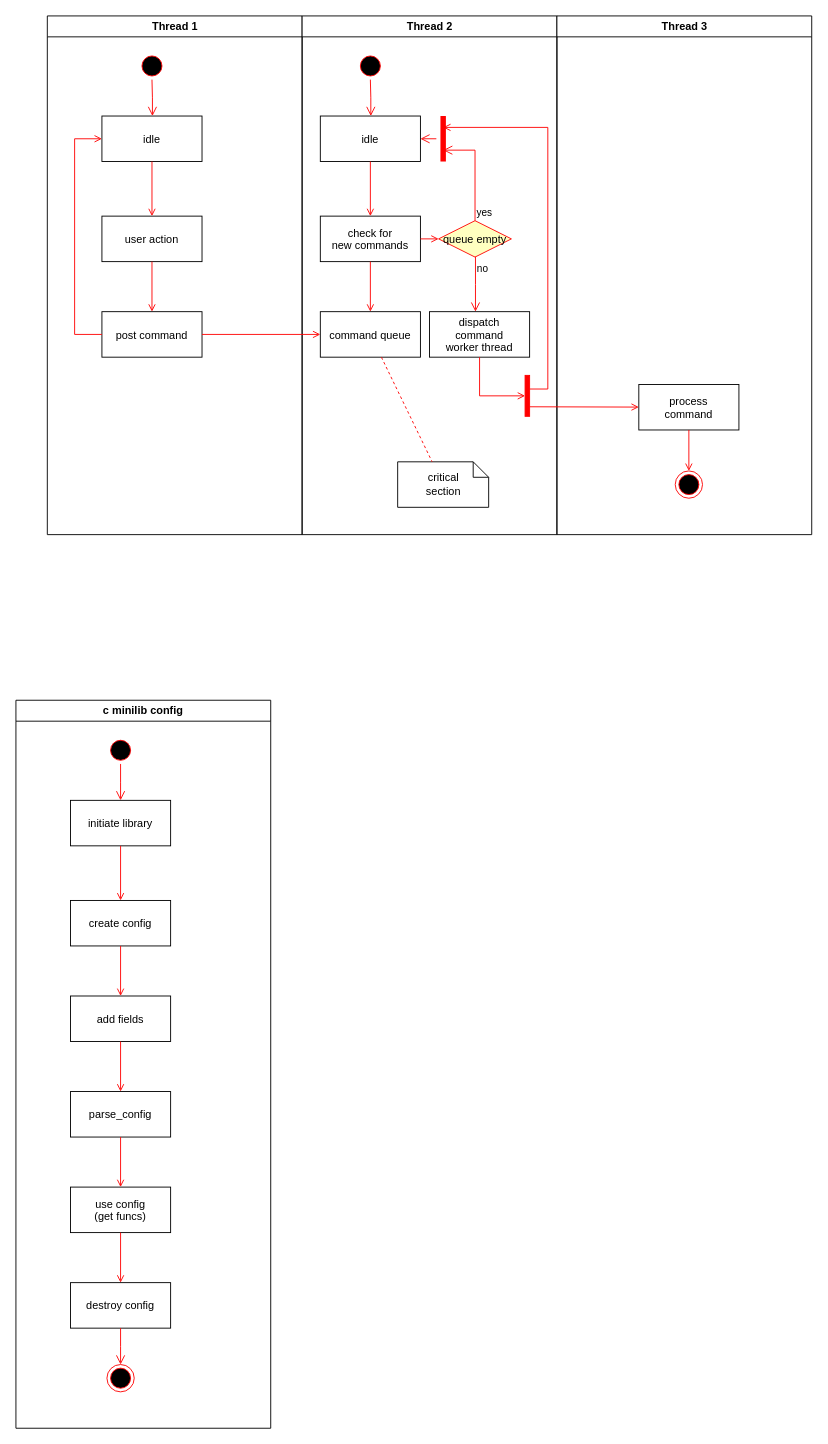
Above: page "Flow" (2 of 2) of docs/architecture.drawio in KubaTaba1uga/c_minilib_config (draw.io), before the change. Source tidied: cells renumbered, new cells numbered last; positions are measured from the earlier drawing's top-left corner, leaving out a move shared by most shapes. Both pictures are drawn from the tidied source at 91%, with x=0, y=0 at pixel (15, 15).
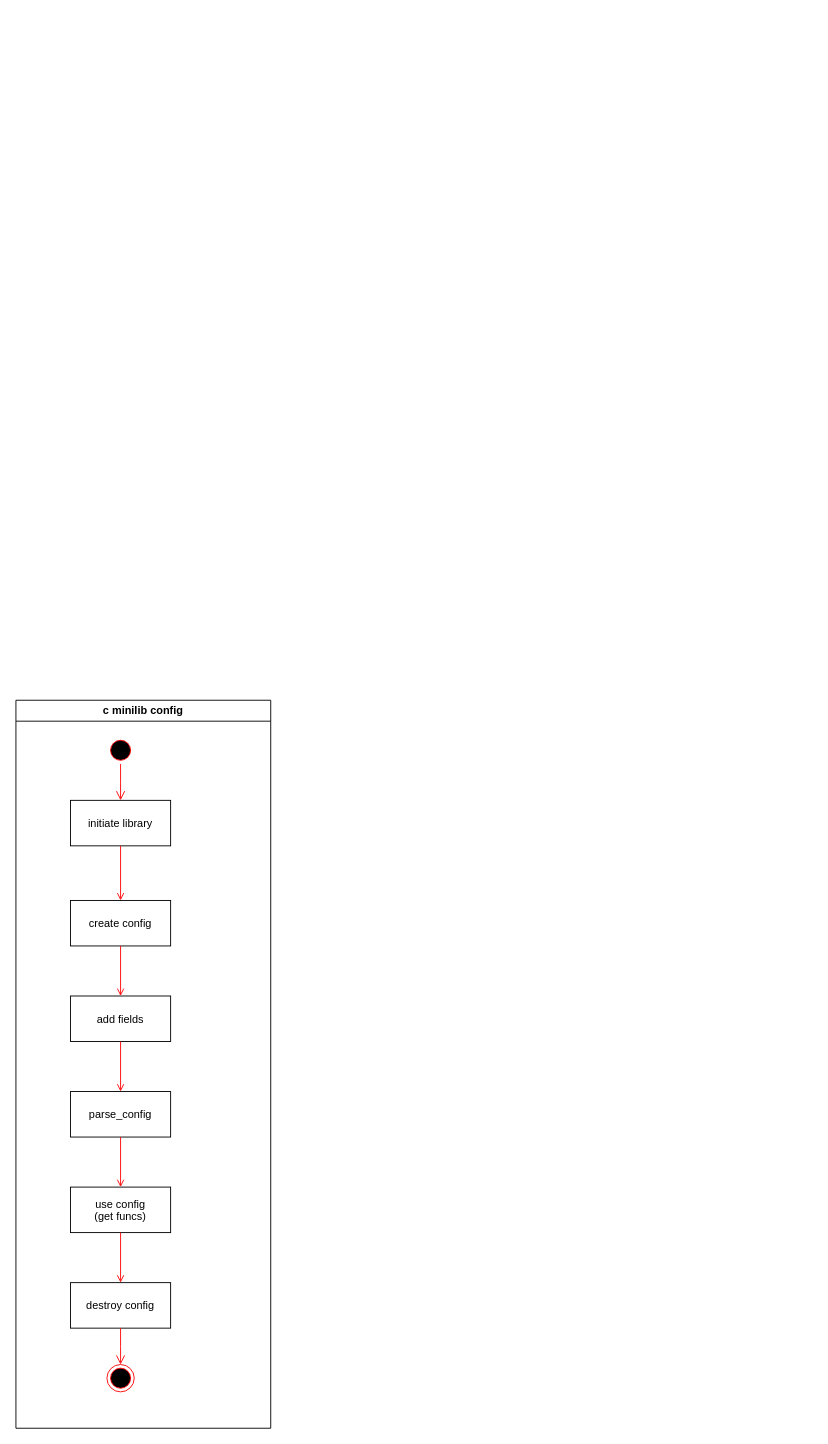
Above is the later version.

Commit message:
save changes before redesign

The edit, as a diff of the source:
```diff
@@
-    <mxCell id="2" value="Thread 1" style="swimlane;whiteSpace=wrap;" parent="1" vertex="1">
-      <mxGeometry x="34.5" width="280" height="570" as="geometry" />
-    </mxCell>
-    <mxCell id="3" style="ellipse;shape=startState;fillColor=#000000;strokeColor=#ff0000;" parent="2" vertex="1">
-      <mxGeometry x="100" y="40" width="30" height="30" as="geometry" />
-    </mxCell>
-    <mxCell id="4" style="edgeStyle=elbowEdgeStyle;elbow=horizontal;verticalAlign=bottom;endArrow=open;endSize=8;strokeColor=#FF0000;endFill=1;rounded=0;" parent="2" edge="1" source="3" target="5">
-      <mxGeometry x="100" y="40" as="geometry" />
-    </mxCell>
-    <mxCell id="5" value="idle" parent="2" vertex="1">
-      <mxGeometry x="60" y="110" width="110" height="50" as="geometry" />
-    </mxCell>
-    <mxCell id="6" value="user action" parent="2" vertex="1">
-      <mxGeometry x="60" y="220" width="110" height="50" as="geometry" />
-    </mxCell>
-    <mxCell id="7" style="endArrow=open;strokeColor=#FF0000;endFill=1;rounded=0;" parent="2" edge="1" source="5" target="6">
-      <mxGeometry relative="1" as="geometry" />
-    </mxCell>
-    <mxCell id="8" value="post command" parent="2" vertex="1">
-      <mxGeometry x="60" y="325" width="110" height="50" as="geometry" />
-    </mxCell>
-    <mxCell id="9" style="endArrow=open;strokeColor=#FF0000;endFill=1;rounded=0;" parent="2" edge="1" source="6" target="8">
-      <mxGeometry relative="1" as="geometry" />
-    </mxCell>
-    <mxCell id="10" style="edgeStyle=elbowEdgeStyle;elbow=horizontal;strokeColor=#FF0000;endArrow=open;endFill=1;rounded=0;" parent="2" edge="1" source="8" target="5">
-      <mxGeometry relative="1" as="geometry">
-        <Array as="points">
-          <mxPoint x="30" y="250" />
-        </Array>
-      </mxGeometry>
-    </mxCell>
-    <mxCell id="11" value="Thread 2" style="swimlane;whiteSpace=wrap;" parent="1" vertex="1">
-      <mxGeometry x="314.5" width="280" height="570" as="geometry" />
-    </mxCell>
-    <mxCell id="12" style="ellipse;shape=startState;fillColor=#000000;strokeColor=#ff0000;" parent="11" vertex="1">
-      <mxGeometry x="60" y="40" width="30" height="30" as="geometry" />
-    </mxCell>
-    <mxCell id="13" style="edgeStyle=elbowEdgeStyle;elbow=horizontal;verticalAlign=bottom;endArrow=open;endSize=8;strokeColor=#FF0000;endFill=1;rounded=0;" parent="11" edge="1" source="12" target="14">
-      <mxGeometry x="40" y="20" as="geometry" />
-    </mxCell>
-    <mxCell id="14" value="idle" parent="11" vertex="1">
-      <mxGeometry x="20" y="110" width="110" height="50" as="geometry" />
-    </mxCell>
-    <mxCell id="15" value="check for &#10;new commands" parent="11" vertex="1">
-      <mxGeometry x="20" y="220" width="110" height="50" as="geometry" />
-    </mxCell>
-    <mxCell id="16" style="endArrow=open;strokeColor=#FF0000;endFill=1;rounded=0;" parent="11" edge="1" source="14" target="15">
-      <mxGeometry relative="1" as="geometry" />
-    </mxCell>
-    <mxCell id="17" value="command queue" parent="11" vertex="1">
-      <mxGeometry x="20" y="325" width="110" height="50" as="geometry" />
-    </mxCell>
-    <mxCell id="18" style="endArrow=open;strokeColor=#FF0000;endFill=1;rounded=0;" parent="11" edge="1" source="15" target="17">
-      <mxGeometry relative="1" as="geometry" />
-    </mxCell>
-    <mxCell id="19" value="queue empty" style="rhombus;fillColor=#ffffc0;strokeColor=#ff0000;" parent="11" vertex="1">
-      <mxGeometry x="150" y="225" width="80" height="40" as="geometry" />
-    </mxCell>
-    <mxCell id="20" value="yes" style="edgeStyle=elbowEdgeStyle;elbow=horizontal;align=left;verticalAlign=bottom;endArrow=open;endSize=8;strokeColor=#FF0000;exitX=0.5;exitY=0;endFill=1;rounded=0;entryX=0.75;entryY=0.5;entryPerimeter=0;" parent="11" edge="1" source="19" target="23">
-      <mxGeometry x="-1" relative="1" as="geometry">
-        <Array as="points">
-          <mxPoint x="190" y="180" />
-        </Array>
-      </mxGeometry>
-    </mxCell>
-    <mxCell id="21" value="no" style="edgeStyle=elbowEdgeStyle;elbow=horizontal;align=left;verticalAlign=top;endArrow=open;endSize=8;strokeColor=#FF0000;endFill=1;rounded=0;" parent="11" edge="1" source="19" target="25">
-      <mxGeometry x="-1" relative="1" as="geometry" />
-    </mxCell>
-    <mxCell id="22" style="endArrow=open;strokeColor=#FF0000;endFill=1;rounded=0;" parent="11" edge="1" source="15" target="19">
-      <mxGeometry relative="1" as="geometry" />
-    </mxCell>
-    <mxCell id="23" style="shape=line;strokeWidth=6;strokeColor=#ff0000;rotation=90;" parent="11" vertex="1">
-      <mxGeometry x="130" y="127.5" width="50" height="15" as="geometry" />
-    </mxCell>
-    <mxCell id="24" style="edgeStyle=elbowEdgeStyle;elbow=horizontal;verticalAlign=bottom;endArrow=open;endSize=8;strokeColor=#FF0000;endFill=1;rounded=0;" parent="11" edge="1" source="23" target="14">
-      <mxGeometry x="130" y="90" as="geometry" />
-    </mxCell>
-    <mxCell id="25" value="dispatch&#10;command&#10;worker thread" parent="11" vertex="1">
-      <mxGeometry x="140" y="325" width="110" height="50" as="geometry" />
-    </mxCell>
-    <mxCell id="26" value="critical&#10;section" style="shape=note;whiteSpace=wrap;size=17;" parent="11" vertex="1">
-      <mxGeometry x="105" y="490" width="100" height="50" as="geometry" />
-    </mxCell>
-    <mxCell id="27" style="endArrow=none;strokeColor=#FF0000;endFill=0;rounded=0;dashed=1;" parent="11" edge="1" source="17" target="26">
-      <mxGeometry relative="1" as="geometry" />
-    </mxCell>
-    <mxCell id="28" style="whiteSpace=wrap;strokeColor=#FF0000;fillColor=#FF0000;" parent="11" vertex="1">
-      <mxGeometry x="245" y="395" width="5" height="45" as="geometry" />
-    </mxCell>
-    <mxCell id="29" style="edgeStyle=elbowEdgeStyle;elbow=horizontal;entryX=0;entryY=0.5;strokeColor=#FF0000;endArrow=open;endFill=1;rounded=0;" parent="11" edge="1" source="25" target="28">
-      <mxGeometry relative="1" as="geometry">
-        <Array as="points">
-          <mxPoint x="195" y="400" />
-        </Array>
-      </mxGeometry>
-    </mxCell>
-    <mxCell id="30" value="Thread 3" style="swimlane;whiteSpace=wrap;" parent="1" vertex="1">
-      <mxGeometry x="594.5" width="280" height="570" as="geometry" />
-    </mxCell>
-    <mxCell id="31" value="process&#10;command" parent="30" vertex="1">
-      <mxGeometry x="90" y="405" width="110" height="50" as="geometry" />
-    </mxCell>
-    <mxCell id="32" style="edgeStyle=elbowEdgeStyle;elbow=horizontal;strokeColor=#FF0000;endArrow=open;endFill=1;rounded=0;entryX=0.25;entryY=0.5;entryPerimeter=0;" parent="30" edge="1" target="23">
-      <mxGeometry relative="1" as="geometry">
-        <mxPoint x="-30" y="410" as="sourcePoint" />
-        <Array as="points">
-          <mxPoint x="-10" y="135" />
-        </Array>
-      </mxGeometry>
-    </mxCell>
-    <mxCell id="33" style="edgeStyle=none;strokeColor=#FF0000;endArrow=open;endFill=1;rounded=0;" parent="30" edge="1" target="31">
-      <mxGeometry relative="1" as="geometry">
-        <mxPoint x="-30" y="429.5" as="sourcePoint" />
-      </mxGeometry>
-    </mxCell>
-    <mxCell id="34" style="ellipse;shape=endState;fillColor=#000000;strokeColor=#ff0000;" parent="30" vertex="1">
-      <mxGeometry x="130" y="500" width="30" height="30" as="geometry" />
-    </mxCell>
-    <mxCell id="35" style="endArrow=open;strokeColor=#FF0000;endFill=1;rounded=0;" parent="30" edge="1" source="31" target="34">
-      <mxGeometry relative="1" as="geometry" />
-    </mxCell>
-    <mxCell id="36" style="endArrow=open;strokeColor=#FF0000;endFill=1;rounded=0;" parent="1" edge="1" source="8" target="17">
-      <mxGeometry relative="1" as="geometry" />
-    </mxCell>
```
